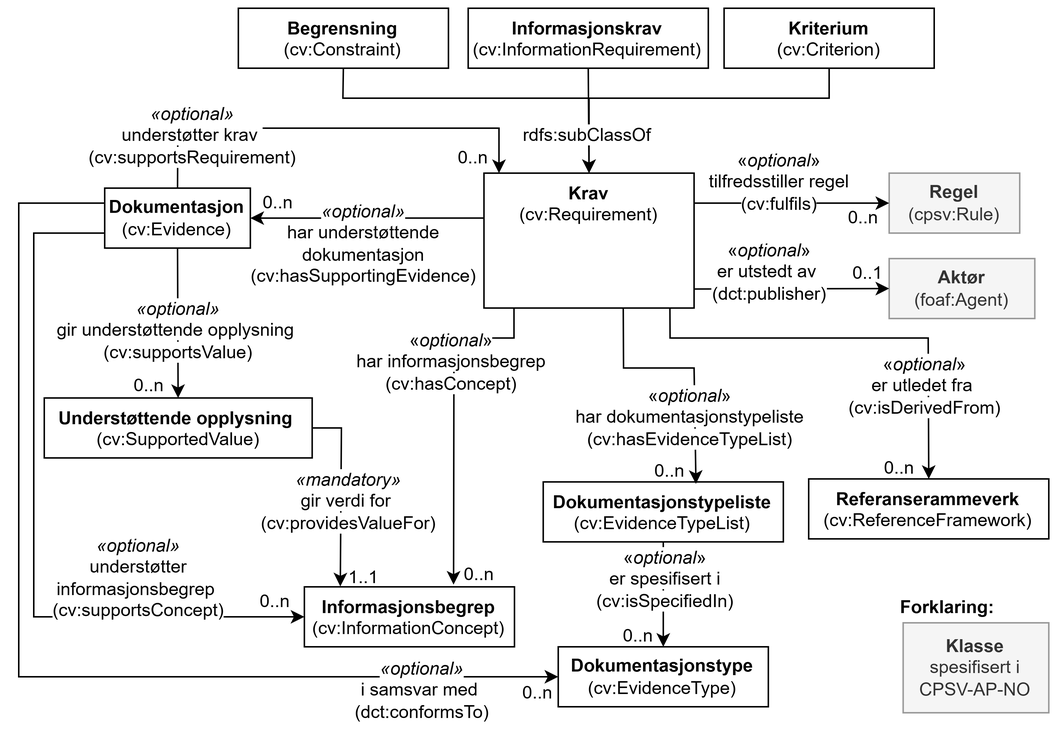
The draw.io diagram docs/images/CCCEV-AP-NO-klasser.png in Informasjonsforvaltning/cccev-ap-no, before a commit. Source tidied: cells renumbered, new cells last; positions are measured from the earlier drawing's top-left corner, leaving out a move shared by most shapes.
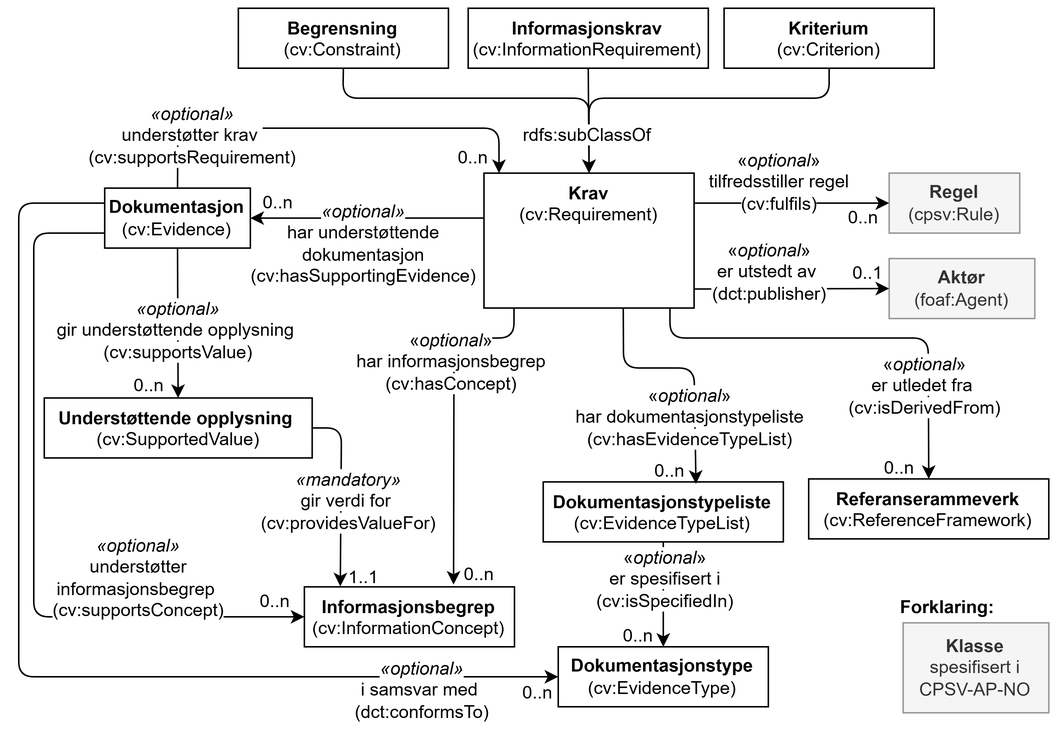
After the commit.

Commit message:
oppdaterer fig.1

The edit, as a diff of the source:
```diff
@@ -49,7 +49,7 @@
     <mxCell id="16" value="0..n" style="text;html=1;strokeColor=none;fillColor=none;align=center;verticalAlign=middle;whiteSpace=wrap;rounded=0;" parent="1" vertex="1">
       <mxGeometry x="546" y="130" width="34" height="20" as="geometry" />
     </mxCell>
-    <mxCell id="17" style="endArrow=classic;html=1;rounded=0;entryX=0.71;entryY=-0.037;entryDx=0;entryDy=0;entryPerimeter=0;" parent="1" edge="1" target="4">
+    <mxCell id="17" style="endArrow=classic;html=1;rounded=1;entryX=0.71;entryY=-0.037;entryDx=0;entryDy=0;entryPerimeter=0;curved=0;" parent="1" edge="1" target="4">
       <mxGeometry relative="1" as="geometry">
         <mxPoint x="330" y="200" as="sourcePoint" />
         <Array as="points">
@@ -58,7 +58,7 @@
         </Array>
       </mxGeometry>
     </mxCell>
-    <mxCell id="18" style="endArrow=classic;html=1;rounded=0;entryX=0.636;entryY=0.033;entryDx=0;entryDy=0;exitX=0.663;exitY=0.996;exitDx=0;exitDy=0;exitPerimeter=0;entryPerimeter=0;" parent="1" edge="1" source="2" target="7">
+    <mxCell id="18" style="endArrow=classic;html=1;rounded=1;entryX=0.636;entryY=0.033;entryDx=0;entryDy=0;exitX=0.663;exitY=0.996;exitDx=0;exitDy=0;exitPerimeter=0;entryPerimeter=0;curved=0;" parent="1" edge="1" source="2" target="7">
       <mxGeometry relative="1" as="geometry">
         <Array as="points">
           <mxPoint x="403" y="240" />
@@ -69,7 +69,7 @@
     <mxCell id="19" value="&lt;span style=&quot;background-color: rgb(255, 255, 255);&quot;&gt;«&lt;i style=&quot;&quot;&gt;optional&lt;/i&gt;»&lt;br&gt;&amp;nbsp;har informasjonsbegrep&amp;nbsp;&lt;br&gt;(cv:hasConcept)&lt;/span&gt;" style="text;html=1;strokeColor=none;fillColor=none;align=center;verticalAlign=middle;whiteSpace=wrap;rounded=0;" parent="1" vertex="1">
       <mxGeometry x="214.3" y="210" width="149" height="52" as="geometry" />
     </mxCell>
-    <mxCell id="20" style="endArrow=classic;html=1;rounded=0;exitX=0.885;exitY=1.003;exitDx=0;exitDy=0;entryX=0.5;entryY=0;entryDx=0;entryDy=0;exitPerimeter=0;" parent="1" edge="1" source="2" target="8">
+    <mxCell id="20" style="endArrow=classic;html=1;rounded=1;exitX=0.885;exitY=1.003;exitDx=0;exitDy=0;entryX=0.5;entryY=0;entryDx=0;entryDy=0;exitPerimeter=0;curved=0;" parent="1" edge="1" source="2" target="8">
       <mxGeometry relative="1" as="geometry">
         <Array as="points">
           <mxPoint x="434" y="220" />
@@ -104,7 +104,7 @@
     <mxCell id="29" style="endArrow=classic;html=1;rounded=0;exitX=0.5;exitY=1;exitDx=0;exitDy=0;entryX=0.5;entryY=0;entryDx=0;entryDy=0;" parent="1" edge="1" source="5" target="2">
       <mxGeometry relative="1" as="geometry" />
     </mxCell>
-    <mxCell id="30" style="endArrow=classic;html=1;rounded=0;exitX=0.5;exitY=1;exitDx=0;exitDy=0;" parent="1" edge="1" source="3">
+    <mxCell id="30" style="endArrow=classic;html=1;rounded=1;exitX=0.5;exitY=1;exitDx=0;exitDy=0;curved=0;" parent="1" edge="1" source="3">
       <mxGeometry relative="1" as="geometry">
         <mxPoint x="380" y="110" as="targetPoint" />
         <Array as="points">
@@ -113,7 +113,7 @@
         </Array>
       </mxGeometry>
     </mxCell>
-    <mxCell id="31" style="endArrow=classic;html=1;rounded=0;entryX=0.5;entryY=0;entryDx=0;entryDy=0;exitX=0.5;exitY=1;exitDx=0;exitDy=0;" parent="1" edge="1" source="6" target="2">
+    <mxCell id="31" style="endArrow=classic;html=1;rounded=1;entryX=0.5;entryY=0;entryDx=0;entryDy=0;exitX=0.5;exitY=1;exitDx=0;exitDy=0;curved=0;" parent="1" edge="1" source="6" target="2">
       <mxGeometry relative="1" as="geometry">
         <Array as="points">
           <mxPoint x="540" y="60" />
@@ -157,7 +157,7 @@
     <mxCell id="43" value="0..n" style="text;html=1;strokeColor=none;fillColor=none;align=center;verticalAlign=middle;whiteSpace=wrap;rounded=0;" parent="1" vertex="1">
       <mxGeometry x="70" y="242" width="34" height="20" as="geometry" />
     </mxCell>
-    <mxCell id="44" style="endArrow=classic;html=1;rounded=0;exitX=0.5;exitY=0;exitDx=0;exitDy=0;" parent="1" edge="1" source="33">
+    <mxCell id="44" style="endArrow=classic;html=1;rounded=1;exitX=0.5;exitY=0;exitDx=0;exitDy=0;curved=0;" parent="1" edge="1" source="33">
       <mxGeometry relative="1" as="geometry">
         <mxPoint x="320" y="110" as="targetPoint" />
         <Array as="points">
@@ -172,7 +172,7 @@
     <mxCell id="46" value="0..n" style="text;html=1;strokeColor=none;fillColor=none;align=center;verticalAlign=middle;whiteSpace=wrap;rounded=0;" parent="1" vertex="1">
       <mxGeometry x="286.3" y="90" width="34" height="20" as="geometry" />
     </mxCell>
-    <mxCell id="47" style="endArrow=classic;html=1;rounded=0;entryX=0;entryY=0.5;entryDx=0;entryDy=0;exitX=0;exitY=0.75;exitDx=0;exitDy=0;" parent="1" edge="1" source="33" target="4">
+    <mxCell id="47" style="endArrow=classic;html=1;rounded=1;entryX=0;entryY=0.5;entryDx=0;entryDy=0;exitX=0;exitY=0.75;exitDx=0;exitDy=0;curved=0;" parent="1" edge="1" source="33" target="4">
       <mxGeometry relative="1" as="geometry">
         <Array as="points">
           <mxPoint x="10" y="150" />
@@ -186,7 +186,7 @@
     <mxCell id="49" value="&lt;div&gt;&lt;span style=&quot;background-color: light-dark(#ffffff, var(--ge-dark-color, #121212));&quot;&gt;&amp;nbsp;&lt;i&gt;«optional»&lt;/i&gt;&amp;nbsp;&lt;/span&gt;&lt;/div&gt;&lt;div&gt;&lt;span style=&quot;background-color: light-dark(#ffffff, var(--ge-dark-color, #121212));&quot;&gt;understøtter informasjonsbegrep&amp;nbsp;&lt;/span&gt;&lt;/div&gt;&lt;div&gt;&lt;span style=&quot;background-color: light-dark(#ffffff, var(--ge-dark-color, #121212));&quot;&gt;(cv:supportsConcept)&lt;/span&gt;&lt;/div&gt;" style="text;html=1;whiteSpace=wrap;strokeColor=none;fillColor=none;align=center;verticalAlign=middle;rounded=0;" parent="1" vertex="1">
       <mxGeometry x="50" y="365" width="60" height="30" as="geometry" />
     </mxCell>
-    <mxCell id="50" style="endArrow=classic;html=1;rounded=0;exitX=1;exitY=0.5;exitDx=0;exitDy=0;entryX=0.171;entryY=-0.008;entryDx=0;entryDy=0;entryPerimeter=0;" parent="1" edge="1" source="40" target="4">
+    <mxCell id="50" style="endArrow=classic;html=1;rounded=1;exitX=1;exitY=0.5;exitDx=0;exitDy=0;entryX=0.171;entryY=-0.008;entryDx=0;entryDy=0;entryPerimeter=0;curved=0;" parent="1" edge="1" source="40" target="4">
       <mxGeometry relative="1" as="geometry">
         <Array as="points">
           <mxPoint x="215" y="280" />
@@ -199,7 +199,7 @@
     <mxCell id="52" value="&lt;div&gt;&lt;span style=&quot;background-color: light-dark(#ffffff, var(--ge-dark-color, #121212));&quot;&gt;&lt;i&gt;«mandatory»&lt;/i&gt;&lt;/span&gt;&lt;/div&gt;&lt;div&gt;&lt;span style=&quot;background-color: light-dark(#ffffff, var(--ge-dark-color, #121212));&quot;&gt;gir verdi for&amp;nbsp;&lt;/span&gt;&lt;/div&gt;&lt;div&gt;&lt;span style=&quot;background-color: light-dark(#ffffff, var(--ge-dark-color, #121212));&quot;&gt;(cv:providesValueFor)&lt;/span&gt;&lt;/div&gt;" style="text;html=1;whiteSpace=wrap;strokeColor=none;fillColor=none;align=center;verticalAlign=middle;rounded=0;" parent="1" vertex="1">
       <mxGeometry x="190.3" y="314" width="60" height="30" as="geometry" />
     </mxCell>
-    <mxCell id="53" style="endArrow=classic;html=1;rounded=0;entryX=0;entryY=0.5;entryDx=0;entryDy=0;exitX=0;exitY=0.25;exitDx=0;exitDy=0;" parent="1" edge="1" source="33" target="25">
+    <mxCell id="53" style="endArrow=classic;html=1;rounded=1;entryX=0;entryY=0.5;entryDx=0;entryDy=0;exitX=0;exitY=0.25;exitDx=0;exitDy=0;curved=0;" parent="1" edge="1" source="33" target="25">
       <mxGeometry relative="1" as="geometry">
         <Array as="points">
           <mxPoint y="130" />
```
